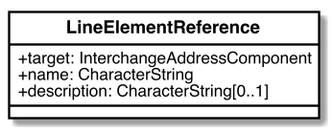
CalConnect/csd-digital-addresses keeps this PlantUML diagram as sources/images/LineElementReference.png. Above is the earlier version. Its diagram source:
```plantuml
@startuml


skinparam Dpi 150
skinparam Monochrome false
skinparam LineType ortho
hide circle
skinparam Default {
  TextAlignment center
  FontName Helvetica
}
skinparam Class {
  AttributeIconSize 0
  BackgroundColor White
  ArrowColor Black
  BorderColor Black
  FontStyle bold
  StereotypeFontSize 10
}
skinparam Rectangle {
  BackgroundColor White
  ArrowColor Black
  BorderColor Black
  FontStyle bold
  FontSize 11
  StereotypeFontSize 10
}
skinparam Object {
  BackgroundColor White
  ArrowColor Black
  BorderColor Black
  FontStyle bold
  FontSize 11
  StereotypeFontSize 10
}

skinparam Entity {
  StereotypeFontSize 10
}



class LineElementReference {
  +target: InterchangeAddressComponent
  +name: CharacterString
  +description: CharacterString[0..1]
}




@enduml
```
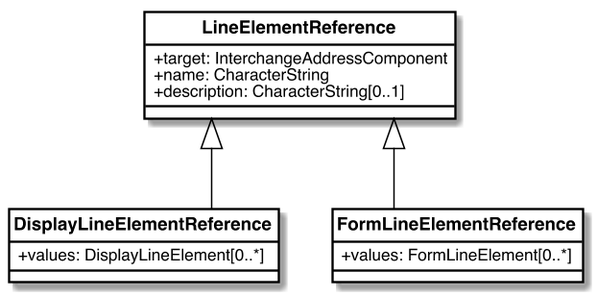
After the change.

The edit, as a diff of the source:
```diff
@@ -46,7 +46,17 @@
   +description: CharacterString[0..1]
 }
 
+class DisplayLineElementReference {
+  +values: DisplayLineElement[0..*]
+}
+
+class FormLineElementReference{
+  +values: FormLineElement[0..*]
+}
 
 
 
+LineElementReference <|-- DisplayLineElementReference
+LineElementReference <|-- FormLineElementReference
+
 @enduml
```
